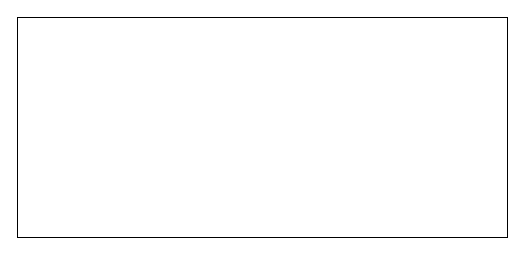
Above: HR面试.drawio in limpid-11/drawio (draw.io), before the change. Source tidied: cells renumbered, new cells numbered last; positions are measured from the earlier drawing's top-left corner, leaving out a move shared by most shapes. Both pictures are drawn from the tidied source at 100%, with x=0, y=0 at pixel (17, 17).
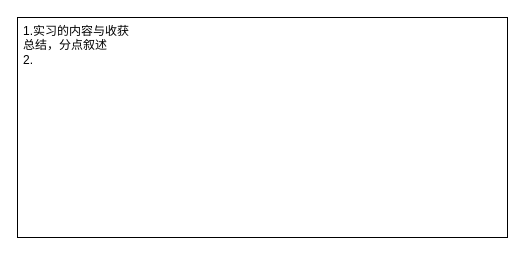
The same page after the edit.

Diff of the diagram source:
```diff
@@
 <mxGraphModel>
   <root>
     <mxCell id="0" />
     <mxCell id="1" parent="0" />
-    <mxCell id="2" style="rounded=0;whiteSpace=wrap;html=1;" parent="1" vertex="1">
+    <mxCell id="2" value="1.实习的内容与收获&lt;div&gt;总结，分点叙述&lt;/div&gt;&lt;div&gt;2.&lt;/div&gt;" style="rounded=0;whiteSpace=wrap;html=1;align=left;verticalAlign=top;spacingLeft=4;" parent="1" vertex="1">
       <mxGeometry width="490" height="220" as="geometry" />
     </mxCell>
   </root>
 </mxGraphModel>
```
